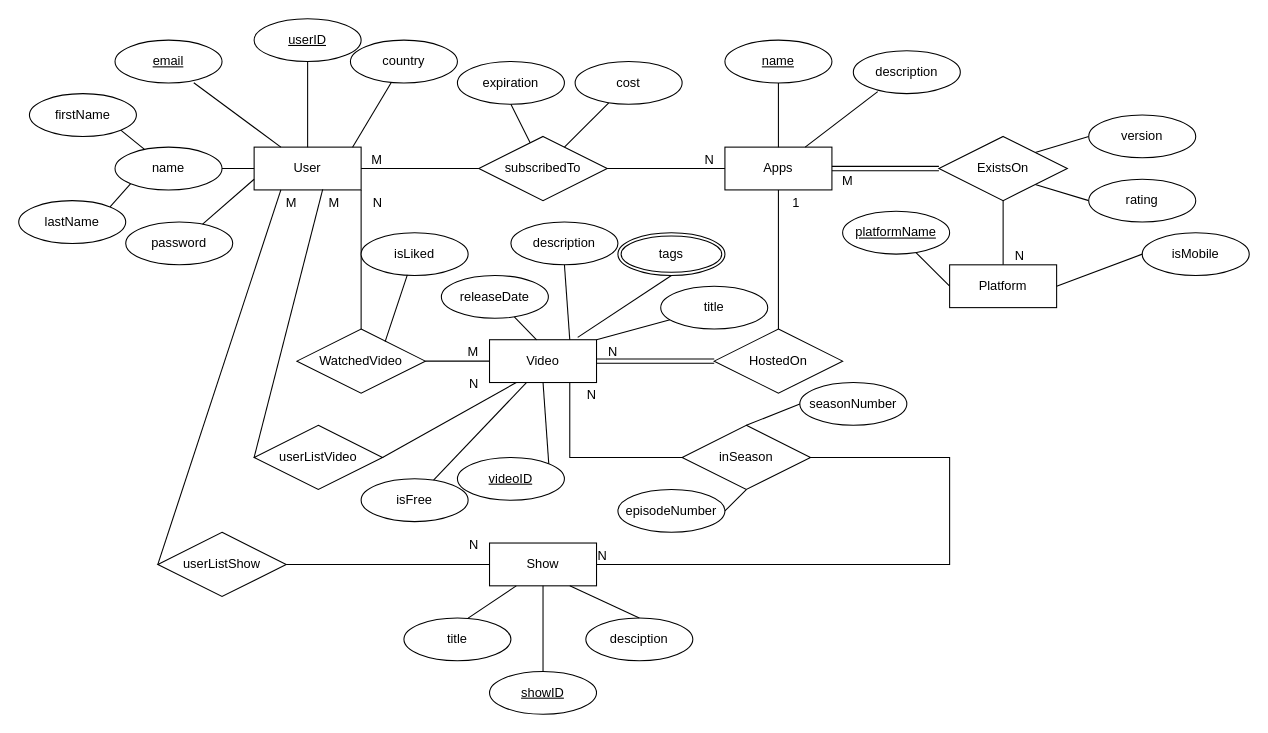
Before: newERD10_11.drawio in alexdaloisio/CS3200Project, a draw.io diagram. Source tidied: cells renumbered, new cells numbered last; positions are measured from the earlier drawing's top-left corner, leaving out a move shared by most shapes. Both pictures are drawn from the tidied source at 107%, with x=0, y=0 at pixel (18, 18).
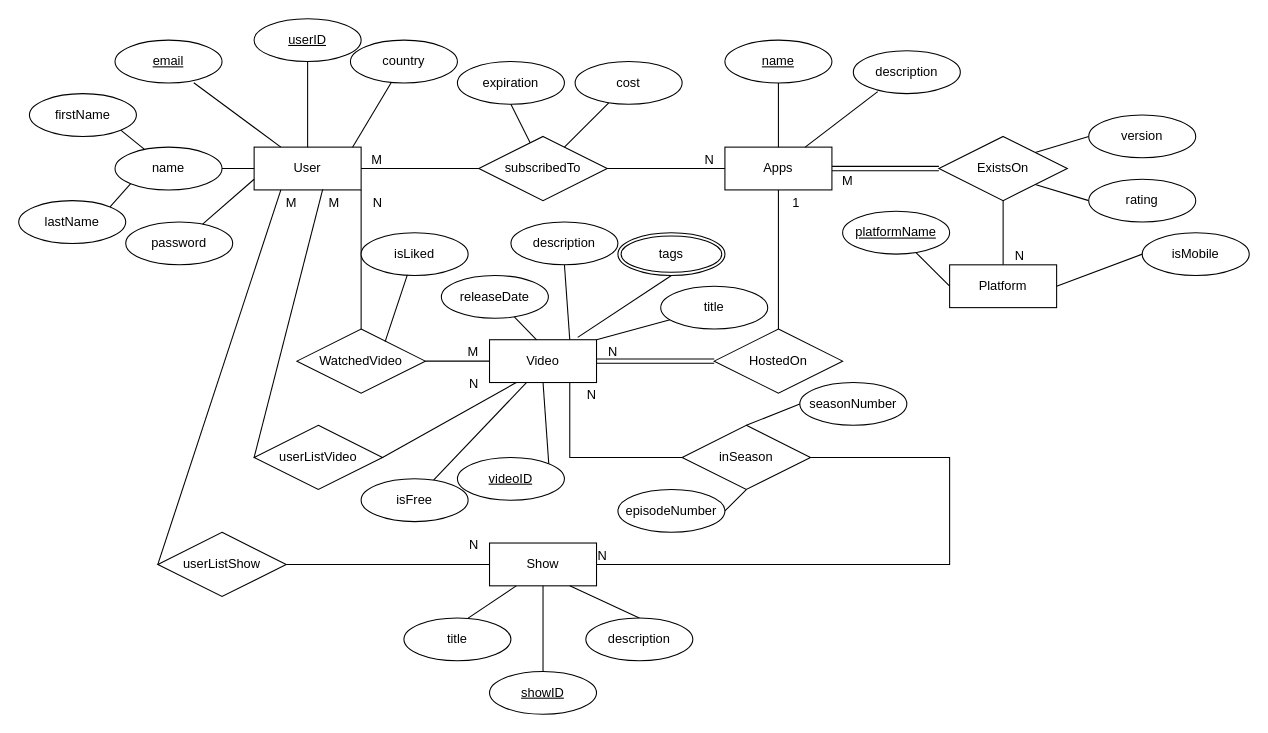
Above is the later version.

What changed in the source:
```diff
@@
-    <mxCell id="64" value="desciption" style="ellipse;whiteSpace=wrap;html=1;align=center;" parent="1" vertex="1">
+    <mxCell id="64" value="description" style="ellipse;whiteSpace=wrap;html=1;align=center;" parent="1" vertex="1">
       <mxGeometry x="530" y="560" width="100" height="40" as="geometry" />
     </mxCell>
```
